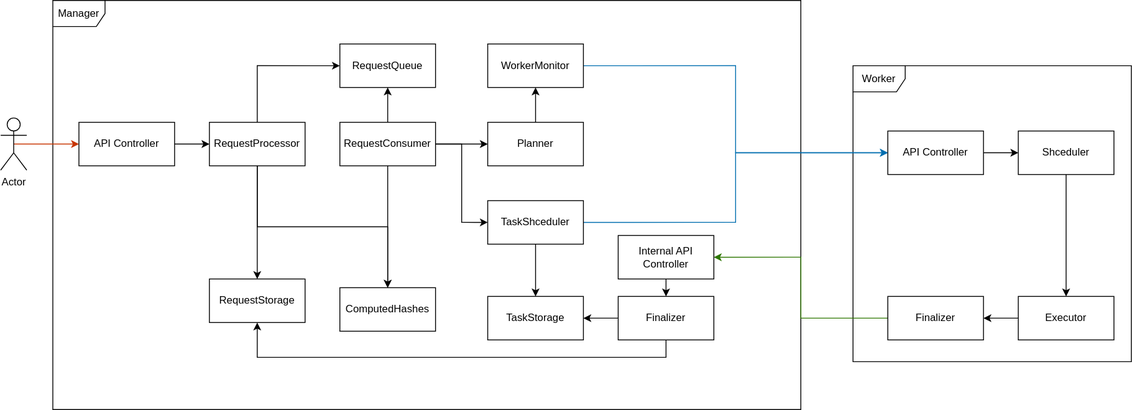
Before: CrackHash.drawio.svg, a diagram exported from draw.io (IliaBoyaCF/crack-hash). Source tidied: cells renumbered, new cells last; positions are measured from the earlier drawing's top-left corner, leaving out a move shared by most shapes.
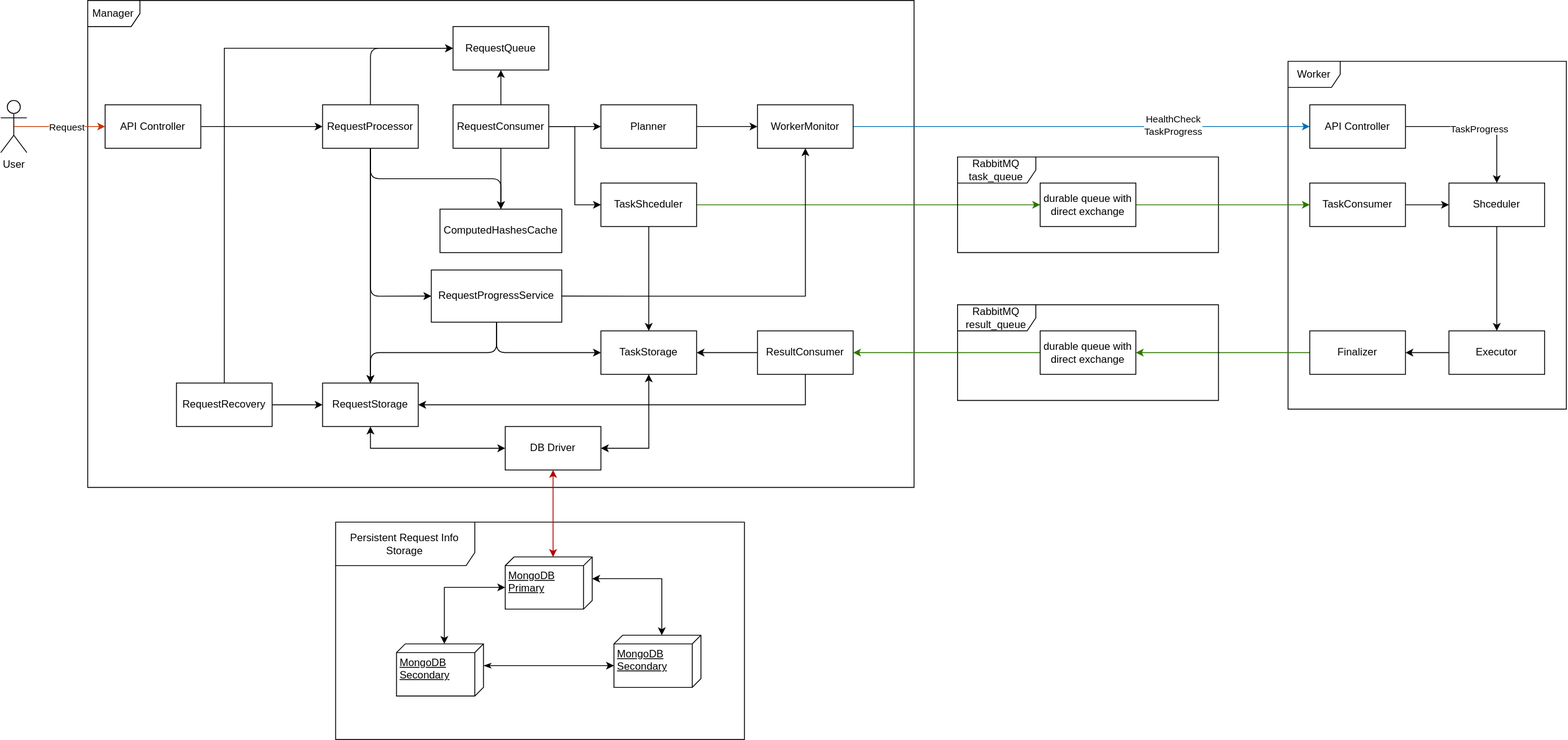
After the change.

Commit message:
docs: Update project description to match the current implementation.

Change to the diagram source:
```diff
@@ -5,12 +5,15 @@
     <mxCell id="2" value="Worker" style="shape=umlFrame;whiteSpace=wrap;html=1;" parent="1" vertex="1">
-      <mxGeometry x="980" y="75" width="320" height="340" as="geometry" />
+      <mxGeometry x="1390" y="130" width="320" height="400" as="geometry" />
     </mxCell>
     <mxCell id="3" value="Manager" style="shape=umlFrame;whiteSpace=wrap;html=1;" parent="1" vertex="1">
-      <mxGeometry x="60" width="860" height="470" as="geometry" />
+      <mxGeometry x="10" y="60" width="950" height="560" as="geometry" />
     </mxCell>
-    <mxCell id="4" style="edgeStyle=orthogonalEdgeStyle;rounded=0;jettySize=auto;html=1;exitX=1;exitY=0.5;exitDx=0;exitDy=0;entryX=0;entryY=0.5;entryDx=0;entryDy=0;fillColor=#1ba1e2;strokeColor=#006EAF;" parent="1" edge="1" source="5" target="15">
-      <mxGeometry relative="1" as="geometry" />
-    </mxCell>
+    <mxCell id="41" style="edgeStyle=orthogonalEdgeStyle;rounded=0;jettySize=auto;html=1;exitX=1;exitY=0.5;exitDx=0;exitDy=0;entryX=0;entryY=0.5;entryDx=0;entryDy=0;fillColor=#1ba1e2;strokeColor=#006EAF;" parent="1" edge="1" source="5" target="48">
+      <mxGeometry relative="1" as="geometry" />
+    </mxCell>
+    <mxCell id="42" value="HealthCheck&lt;br&gt;TaskProgress" style="edgeLabel;html=1;align=center;verticalAlign=middle;" parent="41" vertex="1">
+      <mxGeometry x="0.4" y="2" relative="1" as="geometry" />
+    </mxCell>
     <mxCell id="5" value="WorkerMonitor" style="html=1;whiteSpace=wrap;" parent="1" vertex="1">
-      <mxGeometry x="560" y="50" width="110" height="50" as="geometry" />
+      <mxGeometry x="780" y="180" width="110" height="50" as="geometry" />
     </mxCell>
@@ -19,10 +22,10 @@
     </mxCell>
-    <mxCell id="7" style="edgeStyle=orthogonalEdgeStyle;rounded=0;jettySize=auto;html=1;exitX=1;exitY=0.5;exitDx=0;exitDy=0;entryX=0;entryY=0.5;entryDx=0;entryDy=0;fillColor=#1ba1e2;strokeColor=#006EAF;" parent="1" edge="1" source="8" target="15">
-      <mxGeometry relative="1" as="geometry" />
-    </mxCell>
+    <mxCell id="43" style="edgeStyle=orthogonalEdgeStyle;rounded=0;jettySize=auto;html=1;exitX=1;exitY=0.5;exitDx=0;exitDy=0;entryX=0;entryY=0.5;entryDx=0;entryDy=0;fillColor=#60a917;strokeColor=#2D7600;" parent="1" edge="1" source="8" target="77">
+      <mxGeometry relative="1" as="geometry" />
+    </mxCell>
     <mxCell id="8" value="Task&lt;span style=&quot;background-color: transparent; color: light-dark(rgb(0, 0, 0), rgb(255, 255, 255));&quot;&gt;Shceduler&lt;/span&gt;" style="html=1;whiteSpace=wrap;" parent="1" vertex="1">
-      <mxGeometry x="560" y="230" width="110" height="50" as="geometry" />
+      <mxGeometry x="600" y="270" width="110" height="50" as="geometry" />
     </mxCell>
     <mxCell id="9" value="RequestStorage" style="html=1;whiteSpace=wrap;" parent="1" vertex="1">
-      <mxGeometry x="240" y="320" width="110" height="50" as="geometry" />
+      <mxGeometry x="280" y="500" width="110" height="50" as="geometry" />
     </mxCell>
@@ -31,17 +34,23 @@
     </mxCell>
-    <mxCell id="11" style="edgeStyle=orthogonalEdgeStyle;rounded=0;jettySize=auto;html=1;exitX=0.5;exitY=0;exitDx=0;exitDy=0;entryX=0;entryY=0.5;entryDx=0;entryDy=0;" parent="1" edge="1" source="13" target="32">
+    <mxCell id="11" style="edgeStyle=orthogonalEdgeStyle;rounded=1;jettySize=auto;html=1;exitX=0.5;exitY=0;exitDx=0;exitDy=0;entryX=0;entryY=0.5;entryDx=0;entryDy=0;curved=0;" parent="1" edge="1" source="13" target="32">
       <mxGeometry relative="1" as="geometry" />
     </mxCell>
-    <mxCell id="12" style="edgeStyle=orthogonalEdgeStyle;rounded=0;jettySize=auto;html=1;exitX=0.5;exitY=1;exitDx=0;exitDy=0;entryX=0.5;entryY=0;entryDx=0;entryDy=0;" parent="1" edge="1" source="13" target="38">
-      <mxGeometry relative="1" as="geometry" />
-    </mxCell>
+    <mxCell id="44" style="edgeStyle=orthogonalEdgeStyle;rounded=1;jettySize=auto;html=1;exitX=0.5;exitY=1;exitDx=0;exitDy=0;entryX=0.5;entryY=0;entryDx=0;entryDy=0;curved=0;" parent="1" edge="1" source="13" target="62">
+      <mxGeometry relative="1" as="geometry" />
+    </mxCell>
+    <mxCell id="45" style="edgeStyle=orthogonalEdgeStyle;rounded=1;jettySize=auto;html=1;exitX=0.5;exitY=1;exitDx=0;exitDy=0;entryX=0;entryY=0.5;entryDx=0;entryDy=0;curved=0;" parent="1" edge="1" source="13" target="87">
+      <mxGeometry relative="1" as="geometry" />
+    </mxCell>
     <mxCell id="13" value="RequestProcessor" style="html=1;whiteSpace=wrap;" parent="1" vertex="1">
-      <mxGeometry x="240" y="140" width="110" height="50" as="geometry" />
+      <mxGeometry x="280" y="180" width="110" height="50" as="geometry" />
     </mxCell>
-    <mxCell id="14" style="edgeStyle=orthogonalEdgeStyle;rounded=0;jettySize=auto;html=1;exitX=1;exitY=0.5;exitDx=0;exitDy=0;entryX=0;entryY=0.5;entryDx=0;entryDy=0;" parent="1" edge="1" source="15" target="17">
-      <mxGeometry relative="1" as="geometry" />
-    </mxCell>
-    <mxCell id="15" value="API Controller" style="html=1;whiteSpace=wrap;" parent="1" vertex="1">
-      <mxGeometry x="1020" y="150" width="110" height="50" as="geometry" />
-    </mxCell>
+    <mxCell id="46" style="edgeStyle=orthogonalEdgeStyle;rounded=0;jettySize=auto;html=1;exitX=1;exitY=0.5;exitDx=0;exitDy=0;entryX=0.5;entryY=0;entryDx=0;entryDy=0;startArrow=none;startFill=0;" parent="1" edge="1" source="48" target="17">
+      <mxGeometry relative="1" as="geometry" />
+    </mxCell>
+    <mxCell id="47" value="TaskProgress" style="edgeLabel;html=1;align=center;verticalAlign=middle;" parent="46" vertex="1">
+      <mxGeometry x="-0.01" y="-2" relative="1" as="geometry" />
+    </mxCell>
+    <mxCell id="48" value="API Controller" style="html=1;whiteSpace=wrap;" parent="1" vertex="1">
+      <mxGeometry x="1415" y="180" width="110" height="50" as="geometry" />
+    </mxCell>
     <mxCell id="16" style="edgeStyle=orthogonalEdgeStyle;rounded=0;jettySize=auto;html=1;exitX=0.5;exitY=1;exitDx=0;exitDy=0;entryX=0.5;entryY=0;entryDx=0;entryDy=0;" parent="1" edge="1" source="17" target="19">
@@ -50,41 +59,47 @@
     <mxCell id="17" value="Shceduler" style="html=1;whiteSpace=wrap;" parent="1" vertex="1">
-      <mxGeometry x="1170" y="150" width="110" height="50" as="geometry" />
+      <mxGeometry x="1575" y="270" width="110" height="50" as="geometry" />
     </mxCell>
-    <mxCell id="18" style="edgeStyle=orthogonalEdgeStyle;rounded=0;jettySize=auto;html=1;exitX=0;exitY=0.5;exitDx=0;exitDy=0;entryX=1;entryY=0.5;entryDx=0;entryDy=0;" parent="1" edge="1" source="19" target="25">
-      <mxGeometry relative="1" as="geometry" />
-    </mxCell>
+    <mxCell id="49" style="edgeStyle=orthogonalEdgeStyle;rounded=0;jettySize=auto;html=1;exitX=0;exitY=0.5;exitDx=0;exitDy=0;entryX=1;entryY=0.5;entryDx=0;entryDy=0;" parent="1" edge="1" source="19" target="56">
+      <mxGeometry relative="1" as="geometry" />
+    </mxCell>
     <mxCell id="19" value="Executor" style="html=1;whiteSpace=wrap;" parent="1" vertex="1">
-      <mxGeometry x="1170" y="340" width="110" height="50" as="geometry" />
+      <mxGeometry x="1575" y="440" width="110" height="50" as="geometry" />
     </mxCell>
-    <mxCell id="20" style="edgeStyle=orthogonalEdgeStyle;rounded=0;jettySize=auto;html=1;exitX=0.5;exitY=0.5;exitDx=0;exitDy=0;exitPerimeter=0;entryX=0;entryY=0.5;entryDx=0;entryDy=0;fillColor=#fa6800;strokeColor=#C73500;" parent="1" edge="1" source="21" target="23">
-      <mxGeometry relative="1" as="geometry" />
-    </mxCell>
-    <mxCell id="21" value="Actor" style="shape=umlActor;verticalLabelPosition=bottom;verticalAlign=top;html=1;" parent="1" vertex="1">
-      <mxGeometry y="135" width="30" height="60" as="geometry" />
-    </mxCell>
-    <mxCell id="22" style="edgeStyle=orthogonalEdgeStyle;rounded=0;jettySize=auto;html=1;exitX=1;exitY=0.5;exitDx=0;exitDy=0;entryX=0;entryY=0.5;entryDx=0;entryDy=0;" parent="1" edge="1" source="23" target="13">
-      <mxGeometry relative="1" as="geometry" />
-    </mxCell>
-    <mxCell id="23" value="API Controller" style="html=1;whiteSpace=wrap;" parent="1" vertex="1">
-      <mxGeometry x="90" y="140" width="110" height="50" as="geometry" />
-    </mxCell>
-    <mxCell id="24" style="edgeStyle=orthogonalEdgeStyle;rounded=0;jettySize=auto;html=1;exitX=0;exitY=0.5;exitDx=0;exitDy=0;entryX=1;entryY=0.5;entryDx=0;entryDy=0;fillColor=#60a917;strokeColor=#2D7600;" parent="1" edge="1" source="25" target="40">
-      <mxGeometry relative="1" as="geometry" />
-    </mxCell>
-    <mxCell id="25" value="Finalizer" style="html=1;whiteSpace=wrap;" parent="1" vertex="1">
-      <mxGeometry x="1020" y="340" width="110" height="50" as="geometry" />
-    </mxCell>
-    <mxCell id="26" style="edgeStyle=orthogonalEdgeStyle;rounded=0;jettySize=auto;html=1;exitX=0;exitY=0.5;exitDx=0;exitDy=0;entryX=1;entryY=0.5;entryDx=0;entryDy=0;" parent="1" edge="1" source="28" target="29">
-      <mxGeometry relative="1" as="geometry" />
-    </mxCell>
-    <mxCell id="27" style="edgeStyle=orthogonalEdgeStyle;rounded=0;jettySize=auto;html=1;exitX=0.5;exitY=1;exitDx=0;exitDy=0;entryX=0.5;entryY=1;entryDx=0;entryDy=0;" parent="1" edge="1" source="28" target="9">
-      <mxGeometry relative="1" as="geometry" />
-    </mxCell>
-    <mxCell id="28" value="Finalizer" style="html=1;whiteSpace=wrap;" parent="1" vertex="1">
-      <mxGeometry x="710" y="340" width="110" height="50" as="geometry" />
-    </mxCell>
+    <mxCell id="50" style="edgeStyle=orthogonalEdgeStyle;rounded=0;jettySize=auto;html=1;exitX=0.5;exitY=0.5;exitDx=0;exitDy=0;exitPerimeter=0;entryX=0;entryY=0.5;entryDx=0;entryDy=0;fillColor=#fa6800;strokeColor=#C73500;" parent="1" edge="1" source="52" target="54">
+      <mxGeometry relative="1" as="geometry" />
+    </mxCell>
+    <mxCell id="51" value="Request" style="edgeLabel;html=1;align=center;verticalAlign=middle;" parent="50" vertex="1">
+      <mxGeometry x="0.15" relative="1" as="geometry" />
+    </mxCell>
+    <mxCell id="52" value="User" style="shape=umlActor;verticalLabelPosition=bottom;verticalAlign=top;html=1;" parent="1" vertex="1">
+      <mxGeometry x="-90" y="175" width="30" height="60" as="geometry" />
+    </mxCell>
+    <mxCell id="53" style="edgeStyle=orthogonalEdgeStyle;rounded=0;jettySize=auto;html=1;exitX=1;exitY=0.5;exitDx=0;exitDy=0;entryX=0;entryY=0.5;entryDx=0;entryDy=0;" parent="1" edge="1" source="54" target="13">
+      <mxGeometry relative="1" as="geometry" />
+    </mxCell>
+    <mxCell id="54" value="API Controller" style="html=1;whiteSpace=wrap;" parent="1" vertex="1">
+      <mxGeometry x="30" y="180" width="110" height="50" as="geometry" />
+    </mxCell>
+    <mxCell id="55" style="edgeStyle=orthogonalEdgeStyle;rounded=0;jettySize=auto;html=1;exitX=0;exitY=0.5;exitDx=0;exitDy=0;entryX=1;entryY=0.5;entryDx=0;entryDy=0;fillColor=#60a917;strokeColor=#2D7600;" parent="1" edge="1" source="56" target="80">
+      <mxGeometry relative="1" as="geometry" />
+    </mxCell>
+    <mxCell id="56" value="Finalizer" style="html=1;whiteSpace=wrap;" parent="1" vertex="1">
+      <mxGeometry x="1415" y="440" width="110" height="50" as="geometry" />
+    </mxCell>
+    <mxCell id="57" style="edgeStyle=orthogonalEdgeStyle;rounded=0;jettySize=auto;html=1;exitX=0;exitY=0.5;exitDx=0;exitDy=0;entryX=1;entryY=0.5;entryDx=0;entryDy=0;" parent="1" edge="1" source="59" target="29">
+      <mxGeometry relative="1" as="geometry" />
+    </mxCell>
+    <mxCell id="58" style="edgeStyle=orthogonalEdgeStyle;rounded=0;jettySize=auto;html=1;exitX=0.5;exitY=1;exitDx=0;exitDy=0;entryX=1;entryY=0.5;entryDx=0;entryDy=0;" parent="1" edge="1" source="59" target="9">
+      <mxGeometry relative="1" as="geometry" />
+    </mxCell>
+    <mxCell id="59" value="ResultConsumer" style="html=1;whiteSpace=wrap;" parent="1" vertex="1">
+      <mxGeometry x="780" y="440" width="110" height="50" as="geometry" />
+    </mxCell>
+    <mxCell id="60" style="edgeStyle=orthogonalEdgeStyle;rounded=0;jettySize=auto;html=1;exitX=0.5;exitY=1;exitDx=0;exitDy=0;entryX=1;entryY=0.5;entryDx=0;entryDy=0;startArrow=classic;startFill=1;" parent="1" edge="1" source="29" target="71">
+      <mxGeometry relative="1" as="geometry" />
+    </mxCell>
     <mxCell id="29" value="TaskStorage" style="html=1;whiteSpace=wrap;" parent="1" vertex="1">
-      <mxGeometry x="560" y="340" width="110" height="50" as="geometry" />
+      <mxGeometry x="600" y="440" width="110" height="50" as="geometry" />
     </mxCell>
-    <mxCell id="30" style="edgeStyle=orthogonalEdgeStyle;rounded=0;jettySize=auto;html=1;exitX=0.5;exitY=0;exitDx=0;exitDy=0;entryX=0.5;entryY=1;entryDx=0;entryDy=0;" parent="1" edge="1" source="31" target="5">
+    <mxCell id="30" style="edgeStyle=orthogonalEdgeStyle;rounded=0;jettySize=auto;html=1;exitX=1;exitY=0.5;exitDx=0;exitDy=0;entryX=0;entryY=0.5;entryDx=0;entryDy=0;" parent="1" edge="1" source="31" target="5">
       <mxGeometry relative="1" as="geometry" />
@@ -92,6 +107,6 @@
     <mxCell id="31" value="Planner" style="html=1;whiteSpace=wrap;" parent="1" vertex="1">
-      <mxGeometry x="560" y="140" width="110" height="50" as="geometry" />
+      <mxGeometry x="600" y="180" width="110" height="50" as="geometry" />
     </mxCell>
     <mxCell id="32" value="RequestQueue" style="html=1;whiteSpace=wrap;" parent="1" vertex="1">
-      <mxGeometry x="390" y="50" width="110" height="50" as="geometry" />
+      <mxGeometry x="430" y="90" width="110" height="50" as="geometry" />
     </mxCell>
@@ -103,5 +118,5 @@
     </mxCell>
-    <mxCell id="35" style="edgeStyle=orthogonalEdgeStyle;rounded=0;jettySize=auto;html=1;exitX=0.5;exitY=1;exitDx=0;exitDy=0;entryX=0.5;entryY=0;entryDx=0;entryDy=0;" parent="1" edge="1" source="37" target="38">
-      <mxGeometry relative="1" as="geometry" />
-    </mxCell>
+    <mxCell id="61" style="edgeStyle=orthogonalEdgeStyle;rounded=0;jettySize=auto;html=1;exitX=0.5;exitY=1;exitDx=0;exitDy=0;entryX=0.5;entryY=0;entryDx=0;entryDy=0;" parent="1" edge="1" source="37" target="62">
+      <mxGeometry relative="1" as="geometry" />
+    </mxCell>
     <mxCell id="36" style="edgeStyle=orthogonalEdgeStyle;rounded=0;jettySize=auto;html=1;exitX=1;exitY=0.5;exitDx=0;exitDy=0;entryX=0;entryY=0.5;entryDx=0;entryDy=0;" parent="1" edge="1" source="37" target="8">
@@ -110,13 +125,82 @@
     <mxCell id="37" value="RequestConsumer" style="html=1;whiteSpace=wrap;" parent="1" vertex="1">
-      <mxGeometry x="390" y="140" width="110" height="50" as="geometry" />
+      <mxGeometry x="430" y="180" width="110" height="50" as="geometry" />
     </mxCell>
-    <mxCell id="38" value="ComputedHashes" style="html=1;whiteSpace=wrap;" parent="1" vertex="1">
-      <mxGeometry x="390" y="330" width="110" height="50" as="geometry" />
-    </mxCell>
-    <mxCell id="39" style="edgeStyle=orthogonalEdgeStyle;rounded=0;jettySize=auto;html=1;exitX=0.5;exitY=1;exitDx=0;exitDy=0;entryX=0.5;entryY=0;entryDx=0;entryDy=0;" parent="1" edge="1" source="40" target="28">
-      <mxGeometry relative="1" as="geometry" />
-    </mxCell>
-    <mxCell id="40" value="Internal API Controller" style="html=1;whiteSpace=wrap;" parent="1" vertex="1">
-      <mxGeometry x="710" y="270" width="110" height="50" as="geometry" />
-    </mxCell>
+    <mxCell id="62" value="ComputedHashesCache" style="html=1;whiteSpace=wrap;" parent="1" vertex="1">
+      <mxGeometry x="415" y="300" width="140" height="50" as="geometry" />
+    </mxCell>
+    <mxCell id="63" value="Persistent Request Info Storage" style="shape=umlFrame;whiteSpace=wrap;html=1;width=160;height=50;" parent="1" vertex="1">
+      <mxGeometry x="295" y="660" width="470" height="250" as="geometry" />
+    </mxCell>
+    <mxCell id="64" value="MongoDB Primary" style="verticalAlign=top;align=left;spacingTop=8;spacingLeft=2;spacingRight=12;shape=cube;size=10;direction=south;fontStyle=4;html=1;whiteSpace=wrap;" parent="1" vertex="1">
+      <mxGeometry x="490" y="700" width="100" height="60" as="geometry" />
+    </mxCell>
+    <mxCell id="65" value="MongoDB Secondary" style="verticalAlign=top;align=left;spacingTop=8;spacingLeft=2;spacingRight=12;shape=cube;size=10;direction=south;fontStyle=4;html=1;whiteSpace=wrap;" parent="1" vertex="1">
+      <mxGeometry x="365" y="800" width="100" height="60" as="geometry" />
+    </mxCell>
+    <mxCell id="66" value="MongoDB Secondary" style="verticalAlign=top;align=left;spacingTop=8;spacingLeft=2;spacingRight=12;shape=cube;size=10;direction=south;fontStyle=4;html=1;whiteSpace=wrap;" parent="1" vertex="1">
+      <mxGeometry x="615" y="790" width="100" height="60" as="geometry" />
+    </mxCell>
+    <mxCell id="67" style="edgeStyle=orthogonalEdgeStyle;rounded=0;jettySize=auto;html=1;exitX=0;exitY=0;exitDx=35;exitDy=100;exitPerimeter=0;entryX=0;entryY=0;entryDx=0;entryDy=45;entryPerimeter=0;startArrow=classic;startFill=1;" parent="1" edge="1" source="64" target="65">
+      <mxGeometry relative="1" as="geometry" />
+    </mxCell>
+    <mxCell id="68" style="edgeStyle=orthogonalEdgeStyle;rounded=0;jettySize=auto;html=1;exitX=0;exitY=0;exitDx=25;exitDy=0;exitPerimeter=0;entryX=0;entryY=0;entryDx=0;entryDy=45;entryPerimeter=0;startArrow=classic;startFill=1;" parent="1" edge="1" source="64" target="66">
+      <mxGeometry relative="1" as="geometry" />
+    </mxCell>
+    <mxCell id="69" style="edgeStyle=orthogonalEdgeStyle;rounded=0;jettySize=auto;html=1;exitX=0;exitY=0;exitDx=25;exitDy=0;exitPerimeter=0;entryX=0;entryY=0;entryDx=35;entryDy=100;entryPerimeter=0;startArrow=classicThin;startFill=1;" parent="1" edge="1" source="65" target="66">
+      <mxGeometry relative="1" as="geometry" />
+    </mxCell>
+    <mxCell id="70" style="edgeStyle=orthogonalEdgeStyle;rounded=0;jettySize=auto;html=1;exitX=0;exitY=0.5;exitDx=0;exitDy=0;entryX=0.5;entryY=1;entryDx=0;entryDy=0;startArrow=classic;startFill=1;" parent="1" edge="1" source="71" target="9">
+      <mxGeometry relative="1" as="geometry" />
+    </mxCell>
+    <mxCell id="71" value="DB Driver" style="html=1;whiteSpace=wrap;" parent="1" vertex="1">
+      <mxGeometry x="490" y="550" width="110" height="50" as="geometry" />
+    </mxCell>
+    <mxCell id="72" style="edgeStyle=orthogonalEdgeStyle;rounded=0;jettySize=auto;html=1;exitX=0.5;exitY=1;exitDx=0;exitDy=0;entryX=0;entryY=0;entryDx=0;entryDy=45;entryPerimeter=0;fillColor=#e51400;strokeColor=#B20000;startArrow=classic;startFill=1;" parent="1" edge="1" source="71" target="64">
+      <mxGeometry relative="1" as="geometry" />
+    </mxCell>
+    <mxCell id="73" value="RabbitMQ&lt;br&gt;task_queue" style="shape=umlFrame;whiteSpace=wrap;html=1;width=90;height=30;" parent="1" vertex="1">
+      <mxGeometry x="1010" y="240" width="300" height="110" as="geometry" />
+    </mxCell>
+    <mxCell id="74" style="edgeStyle=orthogonalEdgeStyle;rounded=0;jettySize=auto;html=1;exitX=1;exitY=0.5;exitDx=0;exitDy=0;" parent="1" edge="1" source="75" target="17">
+      <mxGeometry relative="1" as="geometry" />
+    </mxCell>
+    <mxCell id="75" value="TaskConsumer" style="html=1;whiteSpace=wrap;" parent="1" vertex="1">
+      <mxGeometry x="1415" y="270" width="110" height="50" as="geometry" />
+    </mxCell>
+    <mxCell id="76" style="edgeStyle=orthogonalEdgeStyle;rounded=0;jettySize=auto;html=1;exitX=1;exitY=0.5;exitDx=0;exitDy=0;entryX=0;entryY=0.5;entryDx=0;entryDy=0;fillColor=#60a917;strokeColor=#2D7600;" parent="1" edge="1" source="77" target="75">
+      <mxGeometry relative="1" as="geometry" />
+    </mxCell>
+    <mxCell id="77" value="durable queue with direct exchange" style="html=1;whiteSpace=wrap;" parent="1" vertex="1">
+      <mxGeometry x="1105" y="270" width="110" height="50" as="geometry" />
+    </mxCell>
+    <mxCell id="78" value="RabbitMQ&lt;br&gt;result_queue" style="shape=umlFrame;whiteSpace=wrap;html=1;width=90;height=30;" parent="1" vertex="1">
+      <mxGeometry x="1010" y="410" width="300" height="110" as="geometry" />
+    </mxCell>
+    <mxCell id="79" style="edgeStyle=orthogonalEdgeStyle;rounded=0;jettySize=auto;html=1;exitX=0;exitY=0.5;exitDx=0;exitDy=0;entryX=1;entryY=0.5;entryDx=0;entryDy=0;fillColor=#60a917;strokeColor=#2D7600;" parent="1" edge="1" source="80" target="59">
+      <mxGeometry relative="1" as="geometry" />
+    </mxCell>
+    <mxCell id="80" value="durable queue with direct exchange" style="html=1;whiteSpace=wrap;" parent="1" vertex="1">
+      <mxGeometry x="1105" y="440" width="110" height="50" as="geometry" />
+    </mxCell>
+    <mxCell id="81" style="edgeStyle=orthogonalEdgeStyle;rounded=0;jettySize=auto;html=1;exitX=1;exitY=0.5;exitDx=0;exitDy=0;entryX=0;entryY=0.5;entryDx=0;entryDy=0;" parent="1" edge="1" source="83" target="9">
+      <mxGeometry relative="1" as="geometry" />
+    </mxCell>
+    <mxCell id="82" style="edgeStyle=orthogonalEdgeStyle;rounded=0;jettySize=auto;html=1;exitX=0.5;exitY=0;exitDx=0;exitDy=0;entryX=0;entryY=0.5;entryDx=0;entryDy=0;" parent="1" edge="1" source="83" target="32">
+      <mxGeometry relative="1" as="geometry" />
+    </mxCell>
+    <mxCell id="83" value="RequestRecovery" style="html=1;whiteSpace=wrap;" parent="1" vertex="1">
+      <mxGeometry x="112" y="500" width="110" height="50" as="geometry" />
+    </mxCell>
+    <mxCell id="84" style="edgeStyle=orthogonalEdgeStyle;rounded=1;jettySize=auto;html=1;exitX=0.5;exitY=1;exitDx=0;exitDy=0;entryX=0.5;entryY=0;entryDx=0;entryDy=0;curved=0;" parent="1" edge="1" source="87" target="9">
+      <mxGeometry relative="1" as="geometry" />
+    </mxCell>
+    <mxCell id="85" style="edgeStyle=orthogonalEdgeStyle;rounded=0;jettySize=auto;html=1;exitX=1;exitY=0.5;exitDx=0;exitDy=0;" parent="1" edge="1" source="87" target="5">
+      <mxGeometry relative="1" as="geometry" />
+    </mxCell>
+    <mxCell id="86" style="edgeStyle=orthogonalEdgeStyle;rounded=1;jettySize=auto;html=1;exitX=0.5;exitY=1;exitDx=0;exitDy=0;entryX=0;entryY=0.5;entryDx=0;entryDy=0;curved=0;" parent="1" edge="1" source="87" target="29">
+      <mxGeometry relative="1" as="geometry" />
+    </mxCell>
+    <mxCell id="87" value="RequestProgressService" style="html=1;whiteSpace=wrap;" parent="1" vertex="1">
+      <mxGeometry x="405" y="370" width="150" height="60" as="geometry" />
+    </mxCell>
   </root>
```
